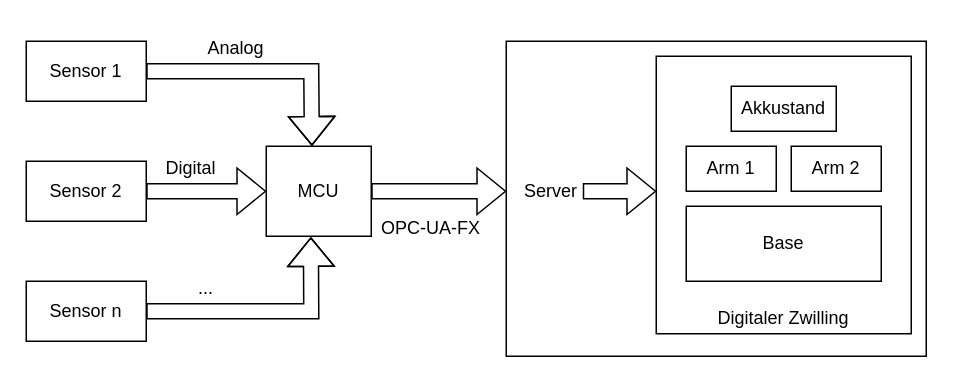
Above: Untitled Diagram.drawio in Feeee23/DrawIO (draw.io), before the change. Source tidied: cells renumbered, new cells numbered last; positions are measured from the earlier drawing's top-left corner, leaving out a move shared by most shapes. Both pictures are drawn from the tidied source at 150%, with x=0, y=0 at pixel (26, 26).
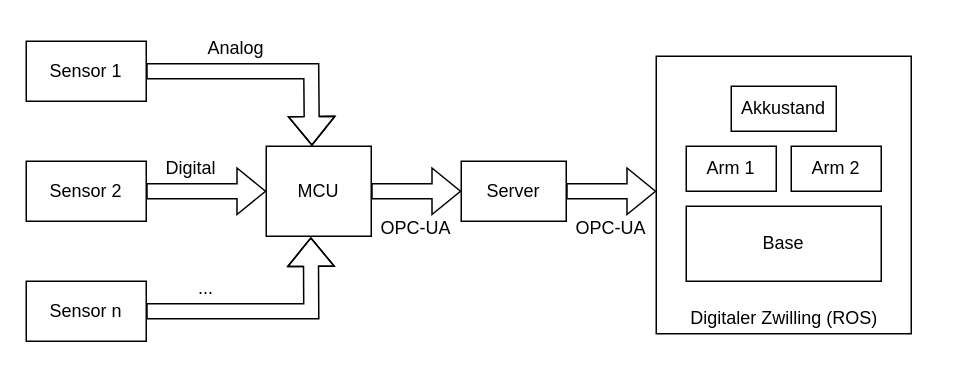
After the change.

Unchanged cells that the change refers to:
```xml
<mxCell id="6" value="MCU" style="rounded=0;whiteSpace=wrap;html=1;" parent="1" vertex="1">
  <mxGeometry x="160" y="80" width="70" height="60" as="geometry" />
</mxCell>
<mxCell id="15" style="group;" parent="1" vertex="1">
  <mxGeometry x="420" y="20" width="170" height="190" as="geometry" />
</mxCell>
```

What changed in the source:
```diff
@@
-    <mxCell id="2" style="rounded=0;whiteSpace=wrap;html=1;" parent="1" vertex="1">
-      <mxGeometry x="320" y="10" width="280" height="210" as="geometry" />
-    </mxCell>
@@
     <mxCell id="13" style="shape=flexArrow;endArrow=classic;html=1;rounded=0;exitX=1;exitY=0.5;exitDx=0;exitDy=0;" parent="1" edge="1" source="6">
       <mxGeometry relative="1" as="geometry">
-        <mxPoint x="320" y="110" as="targetPoint" />
+        <mxPoint x="290" y="110" as="targetPoint" />
       </mxGeometry>
     </mxCell>
-    <mxCell id="14" value="OPC-UA-FX" style="text;html=1;strokeColor=none;fillColor=none;align=center;verticalAlign=middle;whiteSpace=wrap;rounded=0;" parent="1" vertex="1">
-      <mxGeometry x="230" y="120" width="80" height="30" as="geometry" />
+    <mxCell id="14" value="OPC-UA" style="text;html=1;strokeColor=none;fillColor=none;align=center;verticalAlign=middle;whiteSpace=wrap;rounded=0;" parent="1" vertex="1">
+      <mxGeometry x="220" y="120" width="80" height="30" as="geometry" />
     </mxCell>
@@
-    <mxCell id="21" value="Digitaler Zwilling" style="text;html=1;strokeColor=none;fillColor=none;align=center;verticalAlign=middle;whiteSpace=wrap;rounded=0;" parent="15" vertex="1">
-      <mxGeometry x="35" y="160" width="100" height="30" as="geometry" />
+    <mxCell id="21" value="Digitaler Zwilling (ROS)" style="text;html=1;strokeColor=none;fillColor=none;align=center;verticalAlign=middle;whiteSpace=wrap;rounded=0;" parent="15" vertex="1">
+      <mxGeometry x="17.5" y="160" width="135" height="30" as="geometry" />
     </mxCell>
+    <mxCell id="23" style="shape=flexArrow;endArrow=classic;html=1;rounded=0;exitX=1;exitY=0.5;exitDx=0;exitDy=0;" parent="1" edge="1" source="22">
+      <mxGeometry relative="1" as="geometry">
+        <mxPoint x="420" y="110" as="targetPoint" />
+      </mxGeometry>
+    </mxCell>
-    <mxCell id="22" value="Server" style="text;html=1;strokeColor=none;fillColor=none;align=center;verticalAlign=middle;whiteSpace=wrap;rounded=0;" parent="1" vertex="1">
-      <mxGeometry x="320" y="95" width="60" height="30" as="geometry" />
+    <mxCell id="22" value="Server" style="rounded=0;whiteSpace=wrap;html=1;" parent="1" vertex="1">
+      <mxGeometry x="290" y="90" width="70" height="40" as="geometry" />
     </mxCell>
-    <mxCell id="23" style="shape=flexArrow;endArrow=classic;html=1;rounded=0;" parent="1" edge="1">
-      <mxGeometry relative="1" as="geometry">
-        <mxPoint x="371" y="110" as="sourcePoint" />
-        <mxPoint x="420" y="110" as="targetPoint" />
-      </mxGeometry>
-    </mxCell>
+    <mxCell id="24" value="OPC-UA" style="text;html=1;strokeColor=none;fillColor=none;align=center;verticalAlign=middle;whiteSpace=wrap;rounded=0;" parent="1" vertex="1">
+      <mxGeometry x="350" y="120" width="80" height="30" as="geometry" />
+    </mxCell>
```
